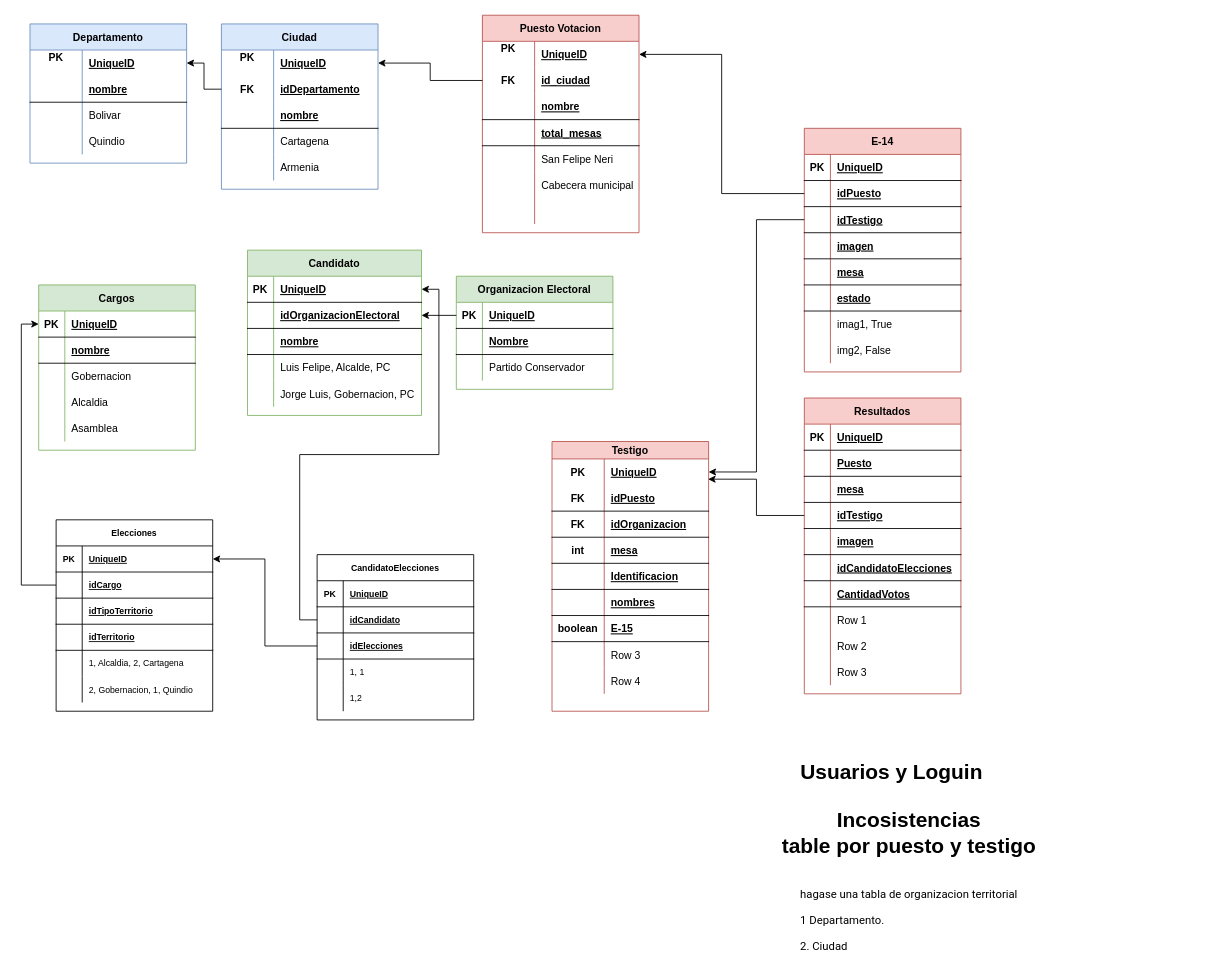
The draw.io diagram page "Modelo E-R" (2 of 3) of Testigos Electorales.drawio in jlchavarriaga/TestigosElectorales, before the edit. Source tidied: cells renumbered, new cells numbered last; positions are measured from the earlier drawing's top-left corner, leaving out a move shared by most shapes. Both pictures are drawn from the tidied source at 87%, with x=0, y=0 at pixel (30, 15).
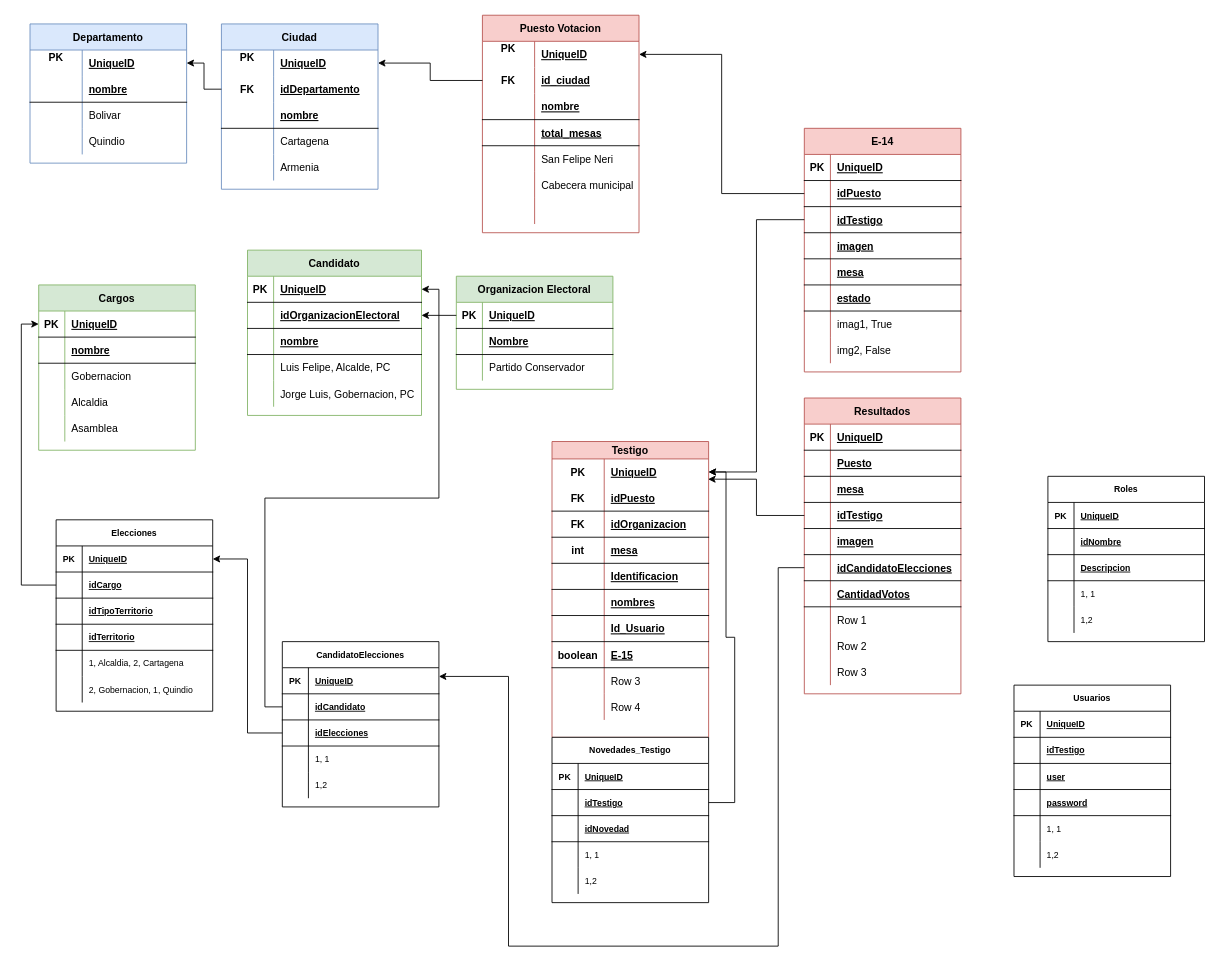
The same page after the edit.

Unchanged cells that the change refers to:
```xml
<mxCell id="124" style="shape=tableRow;horizontal=0;startSize=0;swimlaneHead=0;swimlaneBody=0;fillColor=none;points=[[0,0.5],[1,0.5]];portConstraint=eastwest;top=0;left=0;right=0;bottom=0;fontColor=#000000;" parent="123" vertex="1">
  <mxGeometry y="20" width="180" height="30" as="geometry" />
</mxCell>
<mxCell id="171" style="shape=tableRow;horizontal=0;startSize=0;swimlaneHead=0;swimlaneBody=0;fillColor=none;points=[[0,0.5],[1,0.5]];portConstraint=eastwest;top=0;left=0;right=0;bottom=1;" parent="155" vertex="1">
  <mxGeometry y="180" width="180" height="30" as="geometry" />
</mxCell>
<mxCell id="207" style="shape=tableRow;horizontal=0;startSize=0;swimlaneHead=0;swimlaneBody=0;fillColor=none;points=[[0,0.5],[1,0.5]];portConstraint=eastwest;top=0;left=0;right=0;bottom=1;fontSize=10;fontColor=#000000;" parent="206" vertex="1">
  <mxGeometry y="30" width="180" height="30" as="geometry" />
</mxCell>
```

Diff of the diagram source:
```diff
@@
     <mxCell id="123" value="Testigo" style="shape=table;startSize=20;childLayout=tableLayout;rowLines=0;fontStyle=1;align=center;fillColor=#f8cecc;strokeColor=#b85450;" parent="1" vertex="1">
-      <mxGeometry x="600" y="490" width="180" height="310" as="geometry" />
+      <mxGeometry x="600" y="490" width="180" height="340" as="geometry" />
     </mxCell>
@@
+    <mxCell id="227" style="shape=tableRow;horizontal=0;startSize=0;swimlaneHead=0;swimlaneBody=0;fillColor=none;top=0;left=0;right=0;bottom=1;fontColor=#000000;" parent="123" vertex="1">
+      <mxGeometry y="200" width="180" height="30" as="geometry" />
+    </mxCell>
+    <mxCell id="228" style="shape=partialRectangle;fillColor=none;top=0;left=0;bottom=0;right=0;fontStyle=1;overflow=hidden;fontColor=#000000;" parent="227" vertex="1">
+      <mxGeometry width="60" height="30" as="geometry" />
+    </mxCell>
+    <mxCell id="229" value="Id_Usuario" style="shape=partialRectangle;fillColor=none;top=0;left=0;bottom=0;right=0;align=left;spacingLeft=6;fontStyle=5;overflow=hidden;fontColor=#000000;" parent="227" vertex="1">
+      <mxGeometry x="60" width="120" height="30" as="geometry" />
+    </mxCell>
     <mxCell id="142" style="shape=tableRow;horizontal=0;startSize=0;swimlaneHead=0;swimlaneBody=0;fillColor=none;top=0;left=0;right=0;bottom=1;fontColor=#000000;" parent="123" vertex="1">
-      <mxGeometry y="200" width="180" height="30" as="geometry" />
+      <mxGeometry y="230" width="180" height="30" as="geometry" />
     </mxCell>
@@
     <mxCell id="145" style="shape=tableRow;horizontal=0;startSize=0;swimlaneHead=0;swimlaneBody=0;fillColor=none;top=0;left=0;right=0;bottom=0;fontColor=#000000;" parent="123" vertex="1">
-      <mxGeometry y="230" width="180" height="30" as="geometry" />
+      <mxGeometry y="260" width="180" height="30" as="geometry" />
     </mxCell>
@@
     <mxCell id="148" style="shape=tableRow;horizontal=0;startSize=0;swimlaneHead=0;swimlaneBody=0;fillColor=none;top=0;left=0;right=0;bottom=0;fontColor=#000000;" parent="123" vertex="1">
-      <mxGeometry y="260" width="180" height="30" as="geometry" />
+      <mxGeometry y="290" width="180" height="30" as="geometry" />
     </mxCell>
@@
-    <mxCell id="153" value="Incosistencias&lt;br&gt;table por puesto y testigo" style="text;strokeColor=none;fillColor=none;html=1;fontSize=24;fontStyle=1;verticalAlign=middle;align=center;fontColor=#000000;" parent="1" vertex="1">
-      <mxGeometry x="960" y="920" width="100" height="40" as="geometry" />
-    </mxCell>
-    <mxCell id="154" value="Usuarios y Loguin" style="text;strokeColor=none;fillColor=none;html=1;fontSize=24;fontStyle=1;verticalAlign=middle;align=center;fontColor=#000000;" parent="1" vertex="1">
-      <mxGeometry x="940" y="850" width="100" height="40" as="geometry" />
-    </mxCell>
@@
     <mxCell id="206" value="CandidatoElecciones" style="shape=table;startSize=30;childLayout=tableLayout;rowLines=0;fontStyle=1;align=center;fontSize=10;fontColor=#000000;" parent="1" vertex="1">
-      <mxGeometry x="330" y="620" width="180" height="190" as="geometry" />
+      <mxGeometry x="290" y="720" width="180" height="190" as="geometry" />
     </mxCell>
@@
-    <mxCell id="225" value="&lt;div style=&quot;-webkit-tap-highlight-color: transparent; color: var(--hotlane-on-background-color); font-size: 0.8125rem; line-height: 1.25rem; padding-top: 0px; overflow-wrap: break-word; font-family: Roboto, arial, sans-serif; font-weight: 400; text-align: left; background-color: rgb(255, 255, 255);&quot; class=&quot;oIy2qc&quot;&gt;hagase una tabla de organizacion territorial&lt;/div&gt;&lt;div style=&quot;-webkit-tap-highlight-color: transparent; color: var(--hotlane-on-background-color); font-size: 0.8125rem; line-height: 1.25rem; padding-top: 0.625rem; overflow-wrap: break-word; font-family: Roboto, arial, sans-serif; font-weight: 400; text-align: left; background-color: rgb(255, 255, 255);&quot; class=&quot;oIy2qc&quot;&gt;1 Departamento.&lt;/div&gt;&lt;div style=&quot;-webkit-tap-highlight-color: transparent; color: var(--hotlane-on-background-color); font-size: 0.8125rem; line-height: 1.25rem; padding-top: 0.625rem; overflow-wrap: break-word; font-family: Roboto, arial, sans-serif; font-weight: 400; text-align: left; background-color: rgb(255, 255, 255);&quot; class=&quot;oIy2qc&quot;&gt;2. Ciudad&lt;/div&gt;" style="text;strokeColor=none;fillColor=none;html=1;fontSize=24;fontStyle=1;verticalAlign=middle;align=center;fontColor=#000000;" parent="1" vertex="1">
-      <mxGeometry x="960" y="1020" width="100" height="40" as="geometry" />
-    </mxCell>
@@
+    <mxCell id="230" style="edgeStyle=orthogonalEdgeStyle;rounded=0;jettySize=auto;html=1;" parent="1" edge="1" source="171" target="207">
+      <mxGeometry relative="1" as="geometry">
+        <Array as="points">
+          <mxPoint x="860" y="635" />
+          <mxPoint x="860" y="1070" />
+          <mxPoint x="550" y="1070" />
+          <mxPoint x="550" y="760" />
+        </Array>
+      </mxGeometry>
+    </mxCell>
+    <mxCell id="231" value="Novedades_Testigo" style="shape=table;startSize=30;childLayout=tableLayout;rowLines=0;fontStyle=1;align=center;fontSize=10;fontColor=#000000;" parent="1" vertex="1">
+      <mxGeometry x="600" y="830" width="180" height="190" as="geometry" />
+    </mxCell>
+    <mxCell id="232" style="shape=tableRow;horizontal=0;startSize=0;swimlaneHead=0;swimlaneBody=0;fillColor=none;top=0;left=0;right=0;bottom=1;fontSize=10;fontColor=#000000;" parent="231" vertex="1">
+      <mxGeometry y="30" width="180" height="30" as="geometry" />
+    </mxCell>
+    <mxCell id="233" value="PK" style="shape=partialRectangle;fillColor=none;top=0;left=0;bottom=0;right=0;fontStyle=1;overflow=hidden;fontSize=10;fontColor=#000000;" parent="232" vertex="1">
+      <mxGeometry width="30" height="30" as="geometry" />
+    </mxCell>
+    <mxCell id="234" value="UniqueID" style="shape=partialRectangle;fillColor=none;top=0;left=0;bottom=0;right=0;align=left;spacingLeft=6;fontStyle=5;overflow=hidden;fontSize=10;fontColor=#000000;" parent="232" vertex="1">
+      <mxGeometry x="30" width="150" height="30" as="geometry" />
+    </mxCell>
+    <mxCell id="235" style="shape=tableRow;horizontal=0;startSize=0;swimlaneHead=0;swimlaneBody=0;fillColor=none;points=[[0,0.5],[1,0.5]];portConstraint=eastwest;top=0;left=0;right=0;bottom=1;fontSize=10;fontColor=#000000;" parent="231" vertex="1">
+      <mxGeometry y="60" width="180" height="30" as="geometry" />
+    </mxCell>
+    <mxCell id="236" style="shape=partialRectangle;fillColor=none;top=0;left=0;bottom=0;right=0;fontStyle=1;overflow=hidden;fontSize=10;fontColor=#000000;" parent="235" vertex="1">
+      <mxGeometry width="30" height="30" as="geometry" />
+    </mxCell>
+    <mxCell id="237" value="idTestigo" style="shape=partialRectangle;fillColor=none;top=0;left=0;bottom=0;right=0;align=left;spacingLeft=6;fontStyle=5;overflow=hidden;fontSize=10;fontColor=#000000;" parent="235" vertex="1">
+      <mxGeometry x="30" width="150" height="30" as="geometry" />
+    </mxCell>
+    <mxCell id="238" style="shape=tableRow;horizontal=0;startSize=0;swimlaneHead=0;swimlaneBody=0;fillColor=none;top=0;left=0;right=0;bottom=1;fontSize=10;fontColor=#000000;" parent="231" vertex="1">
+      <mxGeometry y="90" width="180" height="30" as="geometry" />
+    </mxCell>
+    <mxCell id="239" style="shape=partialRectangle;fillColor=none;top=0;left=0;bottom=0;right=0;fontStyle=1;overflow=hidden;fontSize=10;fontColor=#000000;" parent="238" vertex="1">
+      <mxGeometry width="30" height="30" as="geometry" />
+    </mxCell>
+    <mxCell id="240" value="idNovedad" style="shape=partialRectangle;fillColor=none;top=0;left=0;bottom=0;right=0;align=left;spacingLeft=6;fontStyle=5;overflow=hidden;fontSize=10;fontColor=#000000;" parent="238" vertex="1">
+      <mxGeometry x="30" width="150" height="30" as="geometry" />
+    </mxCell>
+    <mxCell id="241" style="shape=tableRow;horizontal=0;startSize=0;swimlaneHead=0;swimlaneBody=0;fillColor=none;top=0;left=0;right=0;bottom=0;fontSize=10;fontColor=#000000;" parent="231" vertex="1">
+      <mxGeometry y="120" width="180" height="30" as="geometry" />
+    </mxCell>
+    <mxCell id="242" style="shape=partialRectangle;fillColor=none;top=0;left=0;bottom=0;right=0;overflow=hidden;fontSize=10;fontColor=#000000;" parent="241" vertex="1">
+      <mxGeometry width="30" height="30" as="geometry" />
+    </mxCell>
+    <mxCell id="243" value="1, 1" style="shape=partialRectangle;fillColor=none;top=0;left=0;bottom=0;right=0;align=left;spacingLeft=6;overflow=hidden;fontSize=10;fontColor=#000000;" parent="241" vertex="1">
+      <mxGeometry x="30" width="150" height="30" as="geometry" />
+    </mxCell>
+    <mxCell id="244" style="shape=tableRow;horizontal=0;startSize=0;swimlaneHead=0;swimlaneBody=0;fillColor=none;top=0;left=0;right=0;bottom=0;fontSize=10;fontColor=#000000;" parent="231" vertex="1">
+      <mxGeometry y="150" width="180" height="30" as="geometry" />
+    </mxCell>
+    <mxCell id="245" style="shape=partialRectangle;fillColor=none;top=0;left=0;bottom=0;right=0;overflow=hidden;fontSize=10;fontColor=#000000;" parent="244" vertex="1">
+      <mxGeometry width="30" height="30" as="geometry" />
+    </mxCell>
+    <mxCell id="246" value="1,2" style="shape=partialRectangle;fillColor=none;top=0;left=0;bottom=0;right=0;align=left;spacingLeft=6;overflow=hidden;fontSize=10;fontColor=#000000;" parent="244" vertex="1">
+      <mxGeometry x="30" width="150" height="30" as="geometry" />
+    </mxCell>
+    <mxCell id="247" style="edgeStyle=orthogonalEdgeStyle;rounded=0;jettySize=auto;html=1;entryX=1;entryY=0.5;entryDx=0;entryDy=0;" parent="1" edge="1" source="235" target="124">
+      <mxGeometry relative="1" as="geometry">
+        <Array as="points">
+          <mxPoint x="810" y="905" />
+          <mxPoint x="810" y="715" />
+          <mxPoint x="800" y="715" />
+          <mxPoint x="800" y="525" />
+        </Array>
+      </mxGeometry>
+    </mxCell>
+    <mxCell id="248" value="Usuarios" style="shape=table;startSize=30;childLayout=tableLayout;rowLines=0;fontStyle=1;align=center;fontSize=10;fontColor=#000000;" parent="1" vertex="1">
+      <mxGeometry x="1131" y="770" width="180" height="220" as="geometry" />
+    </mxCell>
+    <mxCell id="249" style="shape=tableRow;horizontal=0;startSize=0;swimlaneHead=0;swimlaneBody=0;fillColor=none;top=0;left=0;right=0;bottom=1;fontSize=10;fontColor=#000000;" parent="248" vertex="1">
+      <mxGeometry y="30" width="180" height="30" as="geometry" />
+    </mxCell>
+    <mxCell id="250" value="PK" style="shape=partialRectangle;fillColor=none;top=0;left=0;bottom=0;right=0;fontStyle=1;overflow=hidden;fontSize=10;fontColor=#000000;" parent="249" vertex="1">
+      <mxGeometry width="30" height="30" as="geometry" />
+    </mxCell>
+    <mxCell id="251" value="UniqueID" style="shape=partialRectangle;fillColor=none;top=0;left=0;bottom=0;right=0;align=left;spacingLeft=6;fontStyle=5;overflow=hidden;fontSize=10;fontColor=#000000;" parent="249" vertex="1">
+      <mxGeometry x="30" width="150" height="30" as="geometry" />
+    </mxCell>
+    <mxCell id="252" style="shape=tableRow;horizontal=0;startSize=0;swimlaneHead=0;swimlaneBody=0;fillColor=none;top=0;left=0;right=0;bottom=1;fontSize=10;fontColor=#000000;" parent="248" vertex="1">
+      <mxGeometry y="60" width="180" height="30" as="geometry" />
+    </mxCell>
+    <mxCell id="253" style="shape=partialRectangle;fillColor=none;top=0;left=0;bottom=0;right=0;fontStyle=1;overflow=hidden;fontSize=10;fontColor=#000000;" parent="252" vertex="1">
+      <mxGeometry width="30" height="30" as="geometry" />
+    </mxCell>
+    <mxCell id="254" value="idTestigo" style="shape=partialRectangle;fillColor=none;top=0;left=0;bottom=0;right=0;align=left;spacingLeft=6;fontStyle=5;overflow=hidden;fontSize=10;fontColor=#000000;" parent="252" vertex="1">
+      <mxGeometry x="30" width="150" height="30" as="geometry" />
+    </mxCell>
+    <mxCell id="255" style="shape=tableRow;horizontal=0;startSize=0;swimlaneHead=0;swimlaneBody=0;fillColor=none;top=0;left=0;right=0;bottom=1;fontSize=10;fontColor=#000000;" parent="248" vertex="1">
+      <mxGeometry y="90" width="180" height="30" as="geometry" />
+    </mxCell>
+    <mxCell id="256" style="shape=partialRectangle;fillColor=none;top=0;left=0;bottom=0;right=0;fontStyle=1;overflow=hidden;fontSize=10;fontColor=#000000;" parent="255" vertex="1">
+      <mxGeometry width="30" height="30" as="geometry" />
+    </mxCell>
+    <mxCell id="257" value="user" style="shape=partialRectangle;fillColor=none;top=0;left=0;bottom=0;right=0;align=left;spacingLeft=6;fontStyle=5;overflow=hidden;fontSize=10;fontColor=#000000;" parent="255" vertex="1">
+      <mxGeometry x="30" width="150" height="30" as="geometry" />
+    </mxCell>
+    <mxCell id="258" style="shape=tableRow;horizontal=0;startSize=0;swimlaneHead=0;swimlaneBody=0;fillColor=none;top=0;left=0;right=0;bottom=1;fontSize=10;fontColor=#000000;" parent="248" vertex="1">
+      <mxGeometry y="120" width="180" height="30" as="geometry" />
+    </mxCell>
+    <mxCell id="259" style="shape=partialRectangle;fillColor=none;top=0;left=0;bottom=0;right=0;fontStyle=1;overflow=hidden;fontSize=10;fontColor=#000000;" parent="258" vertex="1">
+      <mxGeometry width="30" height="30" as="geometry" />
+    </mxCell>
+    <mxCell id="260" value="password" style="shape=partialRectangle;fillColor=none;top=0;left=0;bottom=0;right=0;align=left;spacingLeft=6;fontStyle=5;overflow=hidden;fontSize=10;fontColor=#000000;" parent="258" vertex="1">
+      <mxGeometry x="30" width="150" height="30" as="geometry" />
+    </mxCell>
+    <mxCell id="261" style="shape=tableRow;horizontal=0;startSize=0;swimlaneHead=0;swimlaneBody=0;fillColor=none;top=0;left=0;right=0;bottom=0;fontSize=10;fontColor=#000000;" parent="248" vertex="1">
+      <mxGeometry y="150" width="180" height="30" as="geometry" />
+    </mxCell>
+    <mxCell id="262" style="shape=partialRectangle;fillColor=none;top=0;left=0;bottom=0;right=0;overflow=hidden;fontSize=10;fontColor=#000000;" parent="261" vertex="1">
+      <mxGeometry width="30" height="30" as="geometry" />
+    </mxCell>
+    <mxCell id="263" value="1, 1" style="shape=partialRectangle;fillColor=none;top=0;left=0;bottom=0;right=0;align=left;spacingLeft=6;overflow=hidden;fontSize=10;fontColor=#000000;" parent="261" vertex="1">
+      <mxGeometry x="30" width="150" height="30" as="geometry" />
+    </mxCell>
+    <mxCell id="264" style="shape=tableRow;horizontal=0;startSize=0;swimlaneHead=0;swimlaneBody=0;fillColor=none;top=0;left=0;right=0;bottom=0;fontSize=10;fontColor=#000000;" parent="248" vertex="1">
+      <mxGeometry y="180" width="180" height="30" as="geometry" />
+    </mxCell>
+    <mxCell id="265" style="shape=partialRectangle;fillColor=none;top=0;left=0;bottom=0;right=0;overflow=hidden;fontSize=10;fontColor=#000000;" parent="264" vertex="1">
+      <mxGeometry width="30" height="30" as="geometry" />
+    </mxCell>
+    <mxCell id="266" value="1,2" style="shape=partialRectangle;fillColor=none;top=0;left=0;bottom=0;right=0;align=left;spacingLeft=6;overflow=hidden;fontSize=10;fontColor=#000000;" parent="264" vertex="1">
+      <mxGeometry x="30" width="150" height="30" as="geometry" />
+    </mxCell>
+    <mxCell id="267" value="Roles" style="shape=table;startSize=30;childLayout=tableLayout;rowLines=0;fontStyle=1;align=center;fontSize=10;fontColor=#000000;" parent="1" vertex="1">
+      <mxGeometry x="1170" y="530" width="180" height="190" as="geometry" />
+    </mxCell>
+    <mxCell id="268" style="shape=tableRow;horizontal=0;startSize=0;swimlaneHead=0;swimlaneBody=0;fillColor=none;top=0;left=0;right=0;bottom=1;fontSize=10;fontColor=#000000;" parent="267" vertex="1">
+      <mxGeometry y="30" width="180" height="30" as="geometry" />
+    </mxCell>
+    <mxCell id="269" value="PK" style="shape=partialRectangle;fillColor=none;top=0;left=0;bottom=0;right=0;fontStyle=1;overflow=hidden;fontSize=10;fontColor=#000000;" parent="268" vertex="1">
+      <mxGeometry width="30" height="30" as="geometry" />
+    </mxCell>
+    <mxCell id="270" value="UniqueID" style="shape=partialRectangle;fillColor=none;top=0;left=0;bottom=0;right=0;align=left;spacingLeft=6;fontStyle=5;overflow=hidden;fontSize=10;fontColor=#000000;" parent="268" vertex="1">
+      <mxGeometry x="30" width="150" height="30" as="geometry" />
+    </mxCell>
+    <mxCell id="271" style="shape=tableRow;horizontal=0;startSize=0;swimlaneHead=0;swimlaneBody=0;fillColor=none;top=0;left=0;right=0;bottom=1;fontSize=10;fontColor=#000000;" parent="267" vertex="1">
+      <mxGeometry y="60" width="180" height="30" as="geometry" />
+    </mxCell>
+    <mxCell id="272" style="shape=partialRectangle;fillColor=none;top=0;left=0;bottom=0;right=0;fontStyle=1;overflow=hidden;fontSize=10;fontColor=#000000;" parent="271" vertex="1">
+      <mxGeometry width="30" height="30" as="geometry" />
+    </mxCell>
+    <mxCell id="273" value="idNombre" style="shape=partialRectangle;fillColor=none;top=0;left=0;bottom=0;right=0;align=left;spacingLeft=6;fontStyle=5;overflow=hidden;fontSize=10;fontColor=#000000;" parent="271" vertex="1">
+      <mxGeometry x="30" width="150" height="30" as="geometry" />
+    </mxCell>
+    <mxCell id="274" style="shape=tableRow;horizontal=0;startSize=0;swimlaneHead=0;swimlaneBody=0;fillColor=none;top=0;left=0;right=0;bottom=1;fontSize=10;fontColor=#000000;" parent="267" vertex="1">
+      <mxGeometry y="90" width="180" height="30" as="geometry" />
+    </mxCell>
+    <mxCell id="275" style="shape=partialRectangle;fillColor=none;top=0;left=0;bottom=0;right=0;fontStyle=1;overflow=hidden;fontSize=10;fontColor=#000000;" parent="274" vertex="1">
+      <mxGeometry width="30" height="30" as="geometry" />
+    </mxCell>
+    <mxCell id="276" value="Descripcion" style="shape=partialRectangle;fillColor=none;top=0;left=0;bottom=0;right=0;align=left;spacingLeft=6;fontStyle=5;overflow=hidden;fontSize=10;fontColor=#000000;" parent="274" vertex="1">
+      <mxGeometry x="30" width="150" height="30" as="geometry" />
+    </mxCell>
+    <mxCell id="277" style="shape=tableRow;horizontal=0;startSize=0;swimlaneHead=0;swimlaneBody=0;fillColor=none;top=0;left=0;right=0;bottom=0;fontSize=10;fontColor=#000000;" parent="267" vertex="1">
+      <mxGeometry y="120" width="180" height="30" as="geometry" />
+    </mxCell>
+    <mxCell id="278" style="shape=partialRectangle;fillColor=none;top=0;left=0;bottom=0;right=0;overflow=hidden;fontSize=10;fontColor=#000000;" parent="277" vertex="1">
+      <mxGeometry width="30" height="30" as="geometry" />
+    </mxCell>
+    <mxCell id="279" value="1, 1" style="shape=partialRectangle;fillColor=none;top=0;left=0;bottom=0;right=0;align=left;spacingLeft=6;overflow=hidden;fontSize=10;fontColor=#000000;" parent="277" vertex="1">
+      <mxGeometry x="30" width="150" height="30" as="geometry" />
+    </mxCell>
+    <mxCell id="280" style="shape=tableRow;horizontal=0;startSize=0;swimlaneHead=0;swimlaneBody=0;fillColor=none;top=0;left=0;right=0;bottom=0;fontSize=10;fontColor=#000000;" parent="267" vertex="1">
+      <mxGeometry y="150" width="180" height="30" as="geometry" />
+    </mxCell>
+    <mxCell id="281" style="shape=partialRectangle;fillColor=none;top=0;left=0;bottom=0;right=0;overflow=hidden;fontSize=10;fontColor=#000000;" parent="280" vertex="1">
+      <mxGeometry width="30" height="30" as="geometry" />
+    </mxCell>
+    <mxCell id="282" value="1,2" style="shape=partialRectangle;fillColor=none;top=0;left=0;bottom=0;right=0;align=left;spacingLeft=6;overflow=hidden;fontSize=10;fontColor=#000000;" parent="280" vertex="1">
+      <mxGeometry x="30" width="150" height="30" as="geometry" />
+    </mxCell>
```
